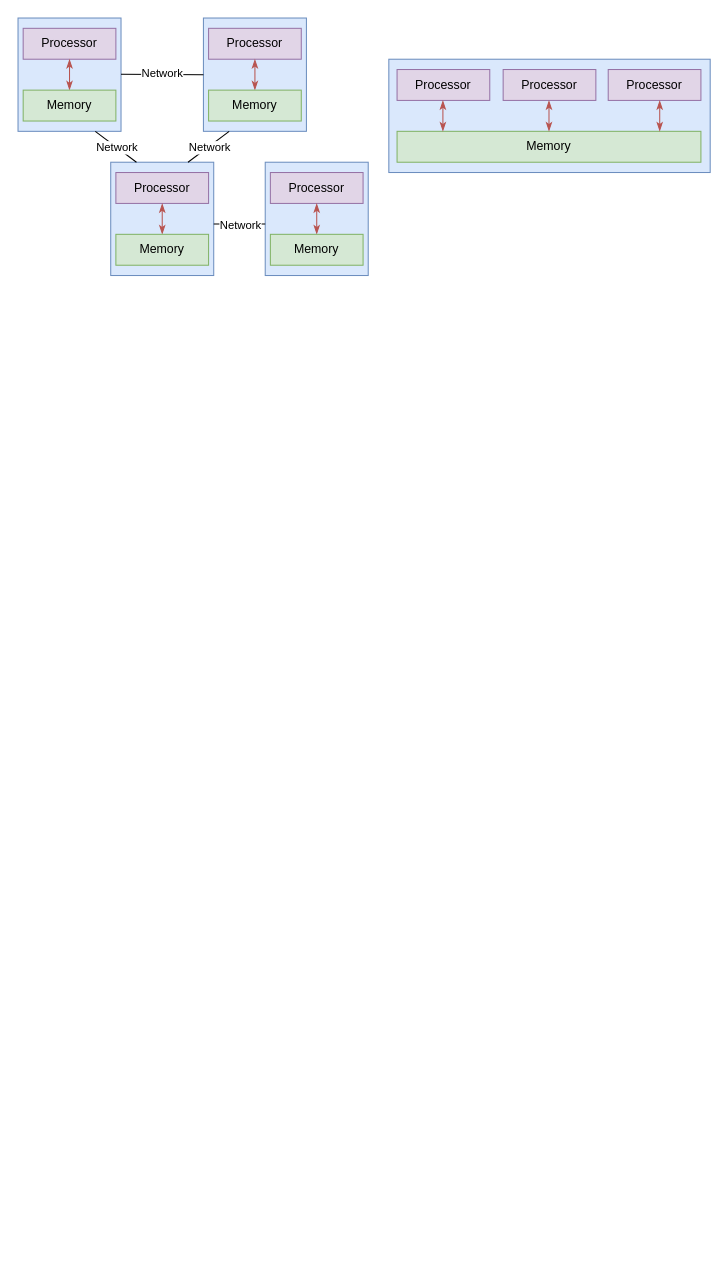
Earlier version of the draw.io diagram diagrams/DC_vs_parallel.drawio (MilosSimic/phd-thesis). Source tidied: cells renumbered, new cells numbered last; positions are measured from the earlier drawing's top-left corner, leaving out a move shared by most shapes. Both pictures are drawn from the tidied source at 103%, with x=0, y=0 at pixel (18, 18).
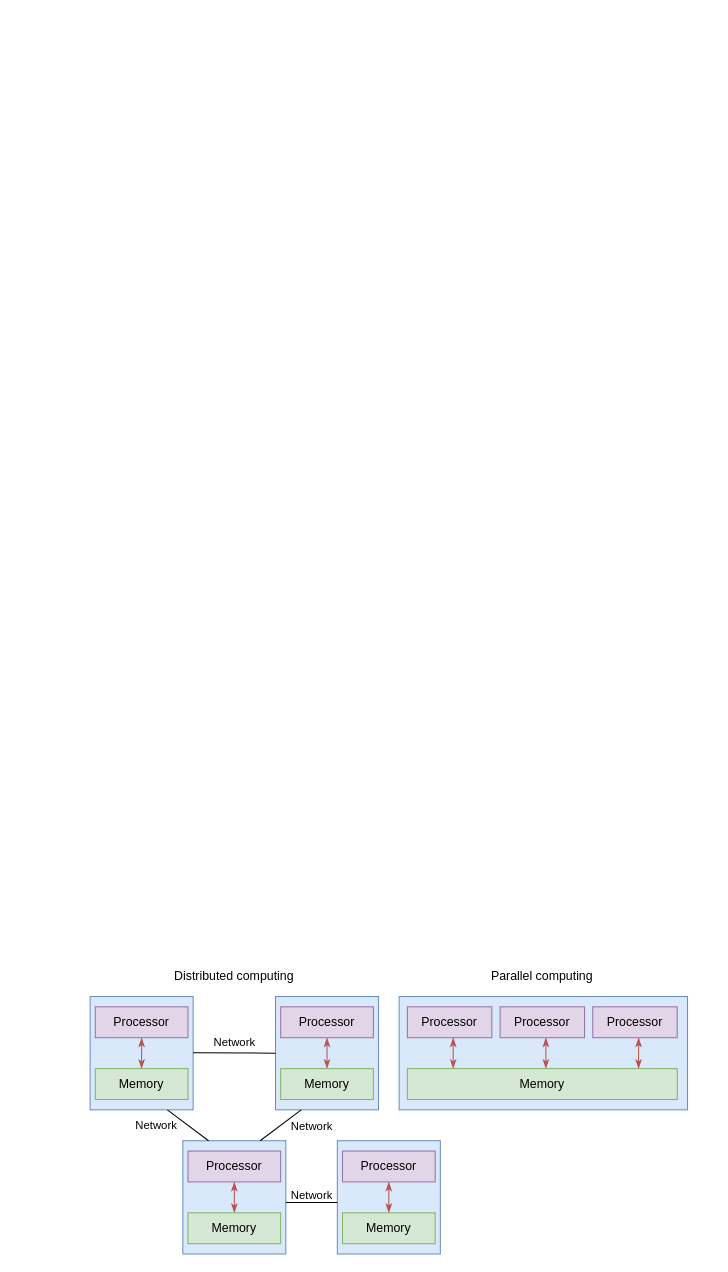
After the change.

The edit, as a diff of the source:
```diff
@@
-    <mxCell id="2" style="rounded=0;whiteSpace=wrap;html=1;fillColor=#dae8fc;strokeColor=#6c8ebf;" parent="1" vertex="1">
-      <mxGeometry width="100" height="110" as="geometry" />
-    </mxCell>
-    <mxCell id="3" value="Processor" style="rounded=0;whiteSpace=wrap;html=1;fillColor=#e1d5e7;strokeColor=#9673a6;" parent="1" vertex="1">
-      <mxGeometry x="5" y="10" width="90" height="30" as="geometry" />
-    </mxCell>
-    <mxCell id="4" style="edgeStyle=orthogonalEdgeStyle;rounded=0;jettySize=auto;html=1;endArrow=classicThin;endFill=1;startArrow=classicThin;startFill=1;fillColor=#f8cecc;strokeColor=#b85450;" parent="1" edge="1" source="5" target="3">
-      <mxGeometry relative="1" as="geometry" />
-    </mxCell>
-    <mxCell id="5" value="Memory" style="rounded=0;whiteSpace=wrap;html=1;fillColor=#d5e8d4;strokeColor=#82b366;" parent="1" vertex="1">
-      <mxGeometry x="5" y="70" width="90" height="30" as="geometry" />
-    </mxCell>
-    <mxCell id="6" style="rounded=0;whiteSpace=wrap;html=1;fillColor=#dae8fc;strokeColor=#6c8ebf;" parent="1" vertex="1">
-      <mxGeometry x="180" width="100" height="110" as="geometry" />
-    </mxCell>
-    <mxCell id="7" value="Processor" style="rounded=0;whiteSpace=wrap;html=1;fillColor=#e1d5e7;strokeColor=#9673a6;" parent="1" vertex="1">
-      <mxGeometry x="185" y="10" width="90" height="30" as="geometry" />
-    </mxCell>
-    <mxCell id="8" style="edgeStyle=orthogonalEdgeStyle;rounded=0;jettySize=auto;html=1;endArrow=classicThin;endFill=1;startArrow=classicThin;startFill=1;fillColor=#f8cecc;strokeColor=#b85450;" parent="1" edge="1" source="9" target="7">
-      <mxGeometry relative="1" as="geometry" />
-    </mxCell>
-    <mxCell id="9" value="Memory" style="rounded=0;whiteSpace=wrap;html=1;fillColor=#d5e8d4;strokeColor=#82b366;" parent="1" vertex="1">
-      <mxGeometry x="185" y="70" width="90" height="30" as="geometry" />
-    </mxCell>
-    <mxCell id="10" style="rounded=0;whiteSpace=wrap;html=1;fillColor=#dae8fc;strokeColor=#6c8ebf;" parent="1" vertex="1">
-      <mxGeometry x="90" y="140" width="100" height="110" as="geometry" />
-    </mxCell>
-    <mxCell id="11" value="Processor" style="rounded=0;whiteSpace=wrap;html=1;fillColor=#e1d5e7;strokeColor=#9673a6;" parent="1" vertex="1">
-      <mxGeometry x="95" y="150" width="90" height="30" as="geometry" />
-    </mxCell>
-    <mxCell id="12" style="edgeStyle=orthogonalEdgeStyle;rounded=0;jettySize=auto;html=1;endArrow=classicThin;endFill=1;startArrow=classicThin;startFill=1;fillColor=#f8cecc;strokeColor=#b85450;" parent="1" edge="1" source="13" target="11">
-      <mxGeometry relative="1" as="geometry" />
-    </mxCell>
-    <mxCell id="13" value="Memory" style="rounded=0;whiteSpace=wrap;html=1;fillColor=#d5e8d4;strokeColor=#82b366;" parent="1" vertex="1">
-      <mxGeometry x="95" y="210" width="90" height="30" as="geometry" />
-    </mxCell>
-    <mxCell id="14" style="endArrow=none;html=1;entryX=0;entryY=0.5;entryDx=0;entryDy=0;" parent="1" edge="1" target="6">
-      <mxGeometry relative="1" as="geometry">
-        <mxPoint x="100" y="54.5" as="sourcePoint" />
-      </mxGeometry>
-    </mxCell>
-    <mxCell id="15" value="Network" style="edgeLabel;html=1;align=center;verticalAlign=middle;" parent="14" vertex="1">
-      <mxGeometry x="0.11" y="-3" relative="1" as="geometry">
-        <mxPoint x="-4" y="-4" as="offset" />
-      </mxGeometry>
-    </mxCell>
-    <mxCell id="16" style="endArrow=none;html=1;exitX=0.25;exitY=1;exitDx=0;exitDy=0;entryX=0.75;entryY=0;entryDx=0;entryDy=0;" parent="1" edge="1" source="6" target="10">
-      <mxGeometry relative="1" as="geometry" />
-    </mxCell>
-    <mxCell id="17" style="endArrow=none;html=1;entryX=0.75;entryY=1;entryDx=0;entryDy=0;exitX=0.25;exitY=0;exitDx=0;exitDy=0;" parent="1" edge="1" source="10" target="2">
-      <mxGeometry relative="1" as="geometry" />
-    </mxCell>
-    <mxCell id="18" style="rounded=0;whiteSpace=wrap;html=1;fillColor=#dae8fc;strokeColor=#6c8ebf;" parent="1" vertex="1">
-      <mxGeometry x="360" y="40" width="312" height="110" as="geometry" />
-    </mxCell>
-    <mxCell id="19" value="Processor" style="rounded=0;whiteSpace=wrap;html=1;fillColor=#e1d5e7;strokeColor=#9673a6;" parent="1" vertex="1">
-      <mxGeometry x="368" y="50" width="90" height="30" as="geometry" />
-    </mxCell>
-    <mxCell id="20" value="Memory" style="rounded=0;whiteSpace=wrap;html=1;fillColor=#d5e8d4;strokeColor=#82b366;" parent="1" vertex="1">
-      <mxGeometry x="368" y="110" width="295" height="30" as="geometry" />
-    </mxCell>
-    <mxCell id="21" value="Processor" style="rounded=0;whiteSpace=wrap;html=1;fillColor=#e1d5e7;strokeColor=#9673a6;" parent="1" vertex="1">
-      <mxGeometry x="471" y="50" width="90" height="30" as="geometry" />
-    </mxCell>
-    <mxCell id="22" value="Processor" style="rounded=0;whiteSpace=wrap;html=1;fillColor=#e1d5e7;strokeColor=#9673a6;" parent="1" vertex="1">
-      <mxGeometry x="573" y="50" width="90" height="30" as="geometry" />
-    </mxCell>
-    <mxCell id="23" style="edgeStyle=orthogonalEdgeStyle;rounded=0;orthogonalLoop=1;jettySize=auto;html=1;endArrow=classicThin;endFill=1;startArrow=classicThin;startFill=1;fillColor=#f8cecc;strokeColor=#b85450;" parent="1" edge="1">
-      <mxGeometry relative="1" as="geometry">
-        <mxPoint x="412.5" y="110" as="sourcePoint" />
-        <mxPoint x="412.5" y="80" as="targetPoint" />
-      </mxGeometry>
-    </mxCell>
-    <mxCell id="24" style="edgeStyle=orthogonalEdgeStyle;rounded=0;orthogonalLoop=1;jettySize=auto;html=1;endArrow=classicThin;endFill=1;startArrow=classicThin;startFill=1;fillColor=#f8cecc;strokeColor=#b85450;" parent="1" edge="1">
-      <mxGeometry relative="1" as="geometry">
-        <mxPoint x="515.5" y="110" as="sourcePoint" />
-        <mxPoint x="515.5" y="80" as="targetPoint" />
-      </mxGeometry>
-    </mxCell>
-    <mxCell id="25" style="edgeStyle=orthogonalEdgeStyle;rounded=0;orthogonalLoop=1;jettySize=auto;html=1;endArrow=classicThin;endFill=1;startArrow=classicThin;startFill=1;fillColor=#f8cecc;strokeColor=#b85450;" parent="1" edge="1">
-      <mxGeometry relative="1" as="geometry">
-        <mxPoint x="623" y="110" as="sourcePoint" />
-        <mxPoint x="623" y="80" as="targetPoint" />
-      </mxGeometry>
-    </mxCell>
-    <mxCell id="26" style="rounded=0;whiteSpace=wrap;html=1;fillColor=#dae8fc;strokeColor=#6c8ebf;" parent="1" vertex="1">
-      <mxGeometry x="240" y="140" width="100" height="110" as="geometry" />
-    </mxCell>
-    <mxCell id="27" value="Processor" style="rounded=0;whiteSpace=wrap;html=1;fillColor=#e1d5e7;strokeColor=#9673a6;" parent="1" vertex="1">
-      <mxGeometry x="245" y="150" width="90" height="30" as="geometry" />
-    </mxCell>
-    <mxCell id="28" style="edgeStyle=orthogonalEdgeStyle;rounded=0;jettySize=auto;html=1;endArrow=classicThin;endFill=1;startArrow=classicThin;startFill=1;fillColor=#f8cecc;strokeColor=#b85450;" parent="1" edge="1" source="29" target="27">
-      <mxGeometry relative="1" as="geometry" />
-    </mxCell>
-    <mxCell id="29" value="Memory" style="rounded=0;whiteSpace=wrap;html=1;fillColor=#d5e8d4;strokeColor=#82b366;" parent="1" vertex="1">
-      <mxGeometry x="245" y="210" width="90" height="30" as="geometry" />
-    </mxCell>
-    <mxCell id="30" style="endArrow=none;html=1;" parent="1" edge="1">
-      <mxGeometry relative="1" as="geometry">
-        <mxPoint x="190" y="200" as="sourcePoint" />
-        <mxPoint x="240" y="200" as="targetPoint" />
-      </mxGeometry>
-    </mxCell>
-    <mxCell id="31" value="Network" style="edgeLabel;html=1;align=center;verticalAlign=middle;" parent="1" vertex="1">
-      <mxGeometry x="215" y="200" as="geometry" />
-    </mxCell>
-    <mxCell id="32" value="Network" style="edgeLabel;html=1;align=center;verticalAlign=middle;" parent="1" vertex="1">
-      <mxGeometry x="185" y="125" as="geometry" />
-    </mxCell>
-    <mxCell id="33" value="Network" style="edgeLabel;html=1;align=center;verticalAlign=middle;" parent="1" vertex="1">
-      <mxGeometry x="95" y="125" as="geometry" />
-    </mxCell>
+    <mxCell id="34" style="rounded=0;whiteSpace=wrap;html=1;fillColor=#dae8fc;strokeColor=#6c8ebf;" parent="1" vertex="1">
+      <mxGeometry x="70" y="950" width="100" height="110" as="geometry" />
+    </mxCell>
+    <mxCell id="35" value="Processor" style="rounded=0;whiteSpace=wrap;html=1;fillColor=#e1d5e7;strokeColor=#9673a6;" parent="1" vertex="1">
+      <mxGeometry x="75" y="960" width="90" height="30" as="geometry" />
+    </mxCell>
+    <mxCell id="36" style="edgeStyle=orthogonalEdgeStyle;rounded=0;jettySize=auto;html=1;endArrow=classicThin;endFill=1;startArrow=classicThin;startFill=1;fillColor=#f8cecc;strokeColor=#b85450;" parent="1" edge="1" source="37" target="35">
+      <mxGeometry relative="1" as="geometry" />
+    </mxCell>
+    <mxCell id="37" value="Memory" style="rounded=0;whiteSpace=wrap;html=1;fillColor=#d5e8d4;strokeColor=#82b366;" parent="1" vertex="1">
+      <mxGeometry x="75" y="1020" width="90" height="30" as="geometry" />
+    </mxCell>
+    <mxCell id="38" style="rounded=0;whiteSpace=wrap;html=1;fillColor=#dae8fc;strokeColor=#6c8ebf;" parent="1" vertex="1">
+      <mxGeometry x="250" y="950" width="100" height="110" as="geometry" />
+    </mxCell>
+    <mxCell id="39" value="Processor" style="rounded=0;whiteSpace=wrap;html=1;fillColor=#e1d5e7;strokeColor=#9673a6;" parent="1" vertex="1">
+      <mxGeometry x="255" y="960" width="90" height="30" as="geometry" />
+    </mxCell>
+    <mxCell id="40" style="edgeStyle=orthogonalEdgeStyle;rounded=0;jettySize=auto;html=1;endArrow=classicThin;endFill=1;startArrow=classicThin;startFill=1;fillColor=#f8cecc;strokeColor=#b85450;" parent="1" edge="1" source="41" target="39">
+      <mxGeometry relative="1" as="geometry" />
+    </mxCell>
+    <mxCell id="41" value="Memory" style="rounded=0;whiteSpace=wrap;html=1;fillColor=#d5e8d4;strokeColor=#82b366;" parent="1" vertex="1">
+      <mxGeometry x="255" y="1020" width="90" height="30" as="geometry" />
+    </mxCell>
+    <mxCell id="42" style="rounded=0;whiteSpace=wrap;html=1;fillColor=#dae8fc;strokeColor=#6c8ebf;" parent="1" vertex="1">
+      <mxGeometry x="160" y="1090" width="100" height="110" as="geometry" />
+    </mxCell>
+    <mxCell id="43" value="Processor" style="rounded=0;whiteSpace=wrap;html=1;fillColor=#e1d5e7;strokeColor=#9673a6;" parent="1" vertex="1">
+      <mxGeometry x="165" y="1100" width="90" height="30" as="geometry" />
+    </mxCell>
+    <mxCell id="44" style="edgeStyle=orthogonalEdgeStyle;rounded=0;jettySize=auto;html=1;endArrow=classicThin;endFill=1;startArrow=classicThin;startFill=1;fillColor=#f8cecc;strokeColor=#b85450;" parent="1" edge="1" source="45" target="43">
+      <mxGeometry relative="1" as="geometry" />
+    </mxCell>
+    <mxCell id="45" value="Memory" style="rounded=0;whiteSpace=wrap;html=1;fillColor=#d5e8d4;strokeColor=#82b366;" parent="1" vertex="1">
+      <mxGeometry x="165" y="1160" width="90" height="30" as="geometry" />
+    </mxCell>
+    <mxCell id="46" style="endArrow=none;html=1;entryX=0;entryY=0.5;entryDx=0;entryDy=0;" parent="1" edge="1" target="38">
+      <mxGeometry relative="1" as="geometry">
+        <mxPoint x="170" y="1004.5" as="sourcePoint" />
+      </mxGeometry>
+    </mxCell>
+    <mxCell id="47" value="Network" style="edgeLabel;html=1;align=center;verticalAlign=middle;" parent="46" vertex="1">
+      <mxGeometry x="0.11" y="-3" relative="1" as="geometry">
+        <mxPoint x="-4" y="-13" as="offset" />
+      </mxGeometry>
+    </mxCell>
+    <mxCell id="48" style="endArrow=none;html=1;exitX=0.25;exitY=1;exitDx=0;exitDy=0;entryX=0.75;entryY=0;entryDx=0;entryDy=0;" parent="1" edge="1" source="38" target="42">
+      <mxGeometry relative="1" as="geometry" />
+    </mxCell>
+    <mxCell id="49" style="endArrow=none;html=1;entryX=0.75;entryY=1;entryDx=0;entryDy=0;exitX=0.25;exitY=0;exitDx=0;exitDy=0;" parent="1" edge="1" source="42" target="34">
+      <mxGeometry relative="1" as="geometry" />
+    </mxCell>
+    <mxCell id="50" style="rounded=0;whiteSpace=wrap;html=1;fillColor=#dae8fc;strokeColor=#6c8ebf;" parent="1" vertex="1">
+      <mxGeometry x="370" y="950" width="280" height="110" as="geometry" />
+    </mxCell>
+    <mxCell id="51" value="Processor" style="rounded=0;whiteSpace=wrap;html=1;fillColor=#e1d5e7;strokeColor=#9673a6;" parent="1" vertex="1">
+      <mxGeometry x="378" y="960" width="82" height="30" as="geometry" />
+    </mxCell>
+    <mxCell id="52" value="Memory" style="rounded=0;whiteSpace=wrap;html=1;fillColor=#d5e8d4;strokeColor=#82b366;" parent="1" vertex="1">
+      <mxGeometry x="378" y="1020" width="262" height="30" as="geometry" />
+    </mxCell>
+    <mxCell id="53" style="edgeStyle=orthogonalEdgeStyle;rounded=0;orthogonalLoop=1;jettySize=auto;html=1;endArrow=classicThin;endFill=1;startArrow=classicThin;startFill=1;fillColor=#f8cecc;strokeColor=#b85450;" parent="1" edge="1">
+      <mxGeometry relative="1" as="geometry">
+        <mxPoint x="422.5" y="1020" as="sourcePoint" />
+        <mxPoint x="422.5" y="990" as="targetPoint" />
+      </mxGeometry>
+    </mxCell>
+    <mxCell id="54" style="rounded=0;whiteSpace=wrap;html=1;fillColor=#dae8fc;strokeColor=#6c8ebf;" parent="1" vertex="1">
+      <mxGeometry x="310" y="1090" width="100" height="110" as="geometry" />
+    </mxCell>
+    <mxCell id="55" value="Processor" style="rounded=0;whiteSpace=wrap;html=1;fillColor=#e1d5e7;strokeColor=#9673a6;" parent="1" vertex="1">
+      <mxGeometry x="315" y="1100" width="90" height="30" as="geometry" />
+    </mxCell>
+    <mxCell id="56" style="edgeStyle=orthogonalEdgeStyle;rounded=0;jettySize=auto;html=1;endArrow=classicThin;endFill=1;startArrow=classicThin;startFill=1;fillColor=#f8cecc;strokeColor=#b85450;" parent="1" edge="1" source="57" target="55">
+      <mxGeometry relative="1" as="geometry" />
+    </mxCell>
+    <mxCell id="57" value="Memory" style="rounded=0;whiteSpace=wrap;html=1;fillColor=#d5e8d4;strokeColor=#82b366;" parent="1" vertex="1">
+      <mxGeometry x="315" y="1160" width="90" height="30" as="geometry" />
+    </mxCell>
+    <mxCell id="58" style="endArrow=none;html=1;" parent="1" edge="1">
+      <mxGeometry relative="1" as="geometry">
+        <mxPoint x="260" y="1150" as="sourcePoint" />
+        <mxPoint x="310" y="1150" as="targetPoint" />
+      </mxGeometry>
+    </mxCell>
+    <mxCell id="59" value="Network" style="edgeLabel;html=1;align=center;verticalAlign=middle;" parent="1" vertex="1">
+      <mxGeometry x="283" y="1142" as="geometry">
+        <mxPoint x="1" as="offset" />
+      </mxGeometry>
+    </mxCell>
+    <mxCell id="60" value="Network" style="edgeLabel;html=1;align=center;verticalAlign=middle;" parent="1" vertex="1">
+      <mxGeometry x="284" y="1075" as="geometry" />
+    </mxCell>
+    <mxCell id="61" value="Network" style="edgeLabel;html=1;align=center;verticalAlign=middle;" parent="1" vertex="1">
+      <mxGeometry x="131" y="1075" as="geometry">
+        <mxPoint x="2" y="-1" as="offset" />
+      </mxGeometry>
+    </mxCell>
+    <mxCell id="62" value="Distributed computing" style="text;html=1;strokeColor=none;fillColor=none;align=center;verticalAlign=middle;whiteSpace=wrap;rounded=0;" parent="1" vertex="1">
+      <mxGeometry x="140" y="920" width="140" height="20" as="geometry" />
+    </mxCell>
+    <mxCell id="63" value="Parallel computing" style="text;html=1;strokeColor=none;fillColor=none;align=center;verticalAlign=middle;whiteSpace=wrap;rounded=0;" parent="1" vertex="1">
+      <mxGeometry x="439" y="920" width="140" height="20" as="geometry" />
+    </mxCell>
+    <mxCell id="64" value="Processor" style="rounded=0;whiteSpace=wrap;html=1;fillColor=#e1d5e7;strokeColor=#9673a6;" parent="1" vertex="1">
+      <mxGeometry x="558" y="960" width="82" height="30" as="geometry" />
+    </mxCell>
+    <mxCell id="65" style="edgeStyle=orthogonalEdgeStyle;rounded=0;orthogonalLoop=1;jettySize=auto;html=1;endArrow=classicThin;endFill=1;startArrow=classicThin;startFill=1;fillColor=#f8cecc;strokeColor=#b85450;" parent="1" edge="1">
+      <mxGeometry relative="1" as="geometry">
+        <mxPoint x="602.5" y="1020" as="sourcePoint" />
+        <mxPoint x="602.5" y="990" as="targetPoint" />
+      </mxGeometry>
+    </mxCell>
+    <mxCell id="66" value="Processor" style="rounded=0;whiteSpace=wrap;html=1;fillColor=#e1d5e7;strokeColor=#9673a6;" parent="1" vertex="1">
+      <mxGeometry x="468" y="960" width="82" height="30" as="geometry" />
+    </mxCell>
+    <mxCell id="67" style="edgeStyle=orthogonalEdgeStyle;rounded=0;orthogonalLoop=1;jettySize=auto;html=1;endArrow=classicThin;endFill=1;startArrow=classicThin;startFill=1;fillColor=#f8cecc;strokeColor=#b85450;" parent="1" edge="1">
+      <mxGeometry relative="1" as="geometry">
+        <mxPoint x="512.5" y="1020" as="sourcePoint" />
+        <mxPoint x="512.5" y="990" as="targetPoint" />
+      </mxGeometry>
+    </mxCell>
```
